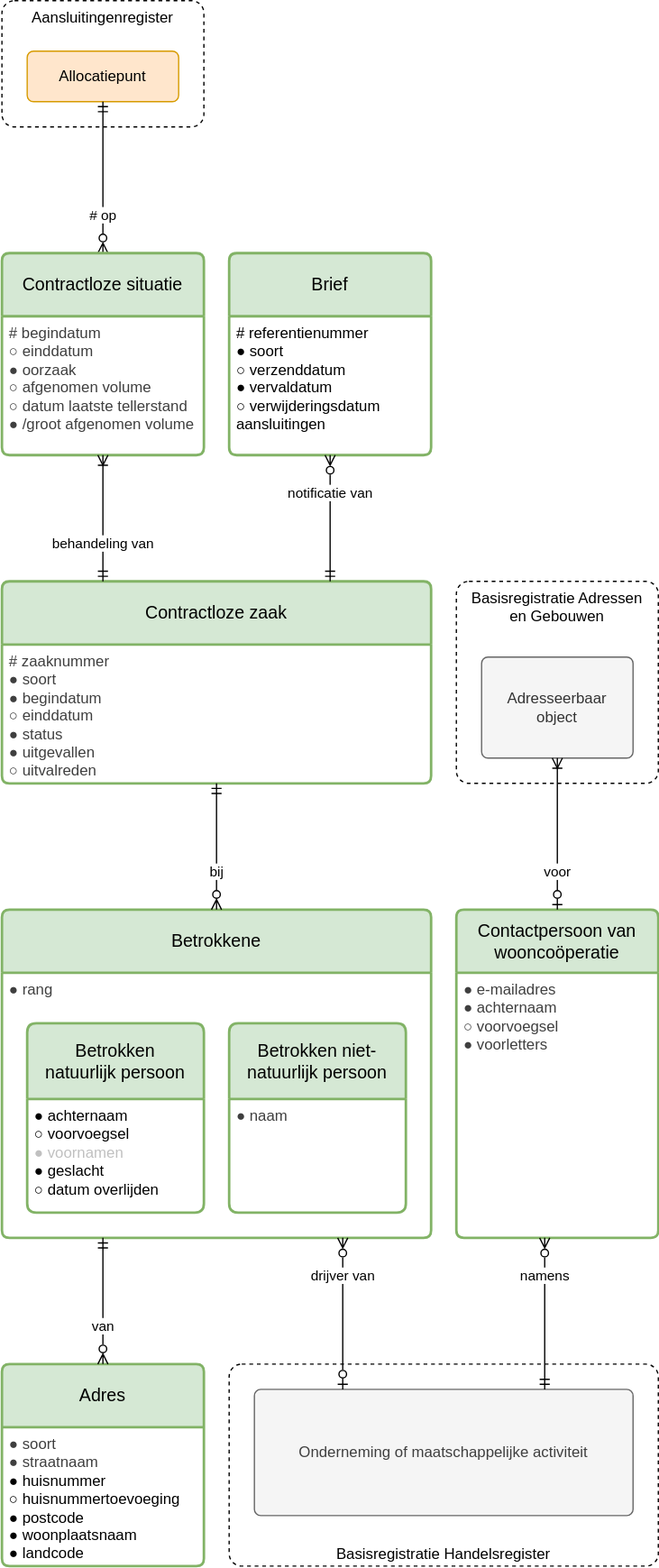
Earlier version of the draw.io export registers/contractloosregister/1.0/contractloosregister.drawio.svg (Netbeheer-Nederland/stelsel). Source tidied: cells renumbered, new cells last; positions are measured from the earlier drawing's top-left corner, leaving out a move shared by most shapes.
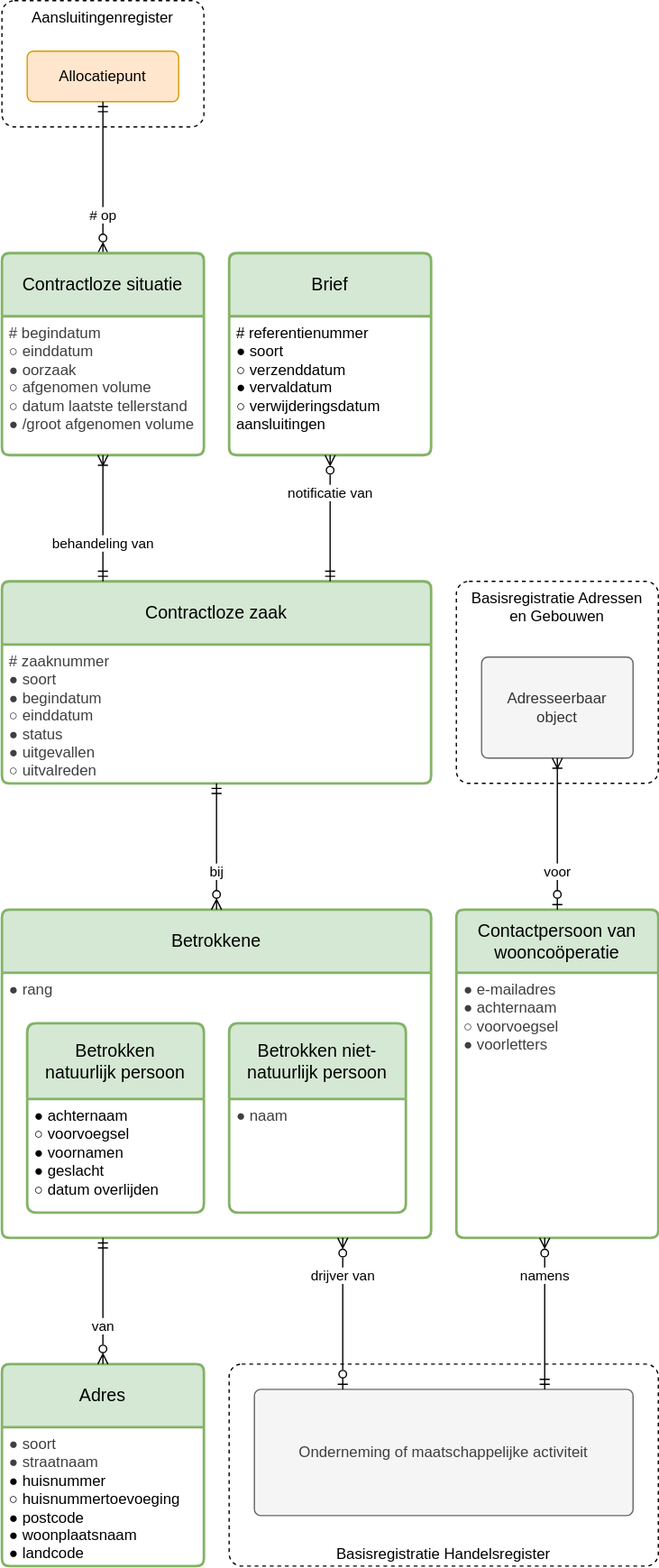
The same diagram one commit later.

Diff of the diagram source:
```diff
@@ -50,7 +50,7 @@
     <mxCell id="17" value="Betrokken natuurlijk persoon" style="swimlane;horizontal=1;startSize=60;rounded=1;fontSize=14;fontStyle=0;strokeWidth=2;shadow=0;dashed=0;align=center;arcSize=4;whiteSpace=wrap;html=1;spacing=10;fillColor=#d5e8d4;strokeColor=#82b366;" parent="1" vertex="1">
       <mxGeometry x="20" y="810" width="140" height="150" as="geometry" />
     </mxCell>
-    <mxCell id="18" value="&lt;div&gt;&lt;font&gt;● achternaam&lt;/font&gt;&lt;/div&gt;&lt;div&gt;&lt;font&gt;○ voorvoegsel&lt;/font&gt;&lt;/div&gt;&lt;div&gt;&lt;span style=&quot;background-color: transparent; color: rgb(192, 192, 192);&quot;&gt;&lt;font&gt;● voornamen&lt;/font&gt;&lt;/span&gt;&lt;/div&gt;&lt;div&gt;&lt;font&gt;● geslacht&lt;/font&gt;&lt;/div&gt;&lt;div&gt;&lt;font&gt;○ datum overlijden&lt;/font&gt;&lt;/div&gt;" style="align=left;strokeColor=none;fillColor=none;spacingLeft=4;fontSize=12;verticalAlign=top;html=1;" parent="17" vertex="1">
+    <mxCell id="18" value="&lt;div&gt;&lt;font&gt;● achternaam&lt;/font&gt;&lt;/div&gt;&lt;div&gt;&lt;font&gt;○ voorvoegsel&lt;/font&gt;&lt;/div&gt;&lt;div&gt;&lt;span style=&quot;background-color: transparent;&quot;&gt;&lt;font&gt;● voornamen&lt;/font&gt;&lt;/span&gt;&lt;/div&gt;&lt;div&gt;&lt;font&gt;● geslacht&lt;/font&gt;&lt;/div&gt;&lt;div&gt;&lt;font&gt;○ datum overlijden&lt;/font&gt;&lt;/div&gt;" style="align=left;strokeColor=none;fillColor=none;spacingLeft=4;fontSize=12;verticalAlign=top;html=1;" parent="17" vertex="1">
       <mxGeometry y="60" width="140" height="90" as="geometry" />
     </mxCell>
     <mxCell id="19" value="Betrokken niet-natuurlijk persoon" style="swimlane;horizontal=1;startSize=60;rounded=1;fontSize=14;fontStyle=0;strokeWidth=2;shadow=0;dashed=0;align=center;arcSize=4;whiteSpace=wrap;html=1;spacing=10;fillColor=#d5e8d4;strokeColor=#82b366;" parent="1" vertex="1">
```
